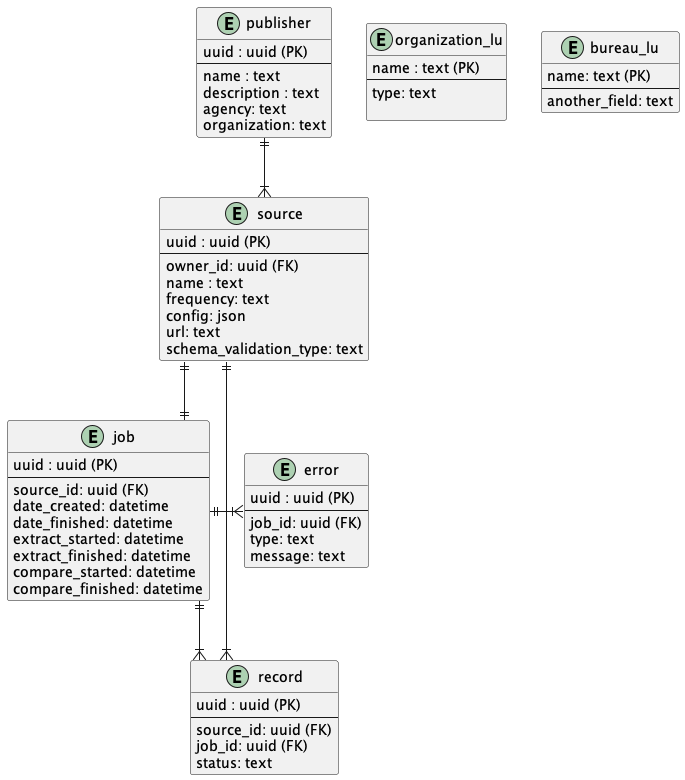
This is docs/diagrams/out/erd/harvester2.0 ERD.png from GSA/datagov-harvester, a PlantUML export, as it was before one commit.
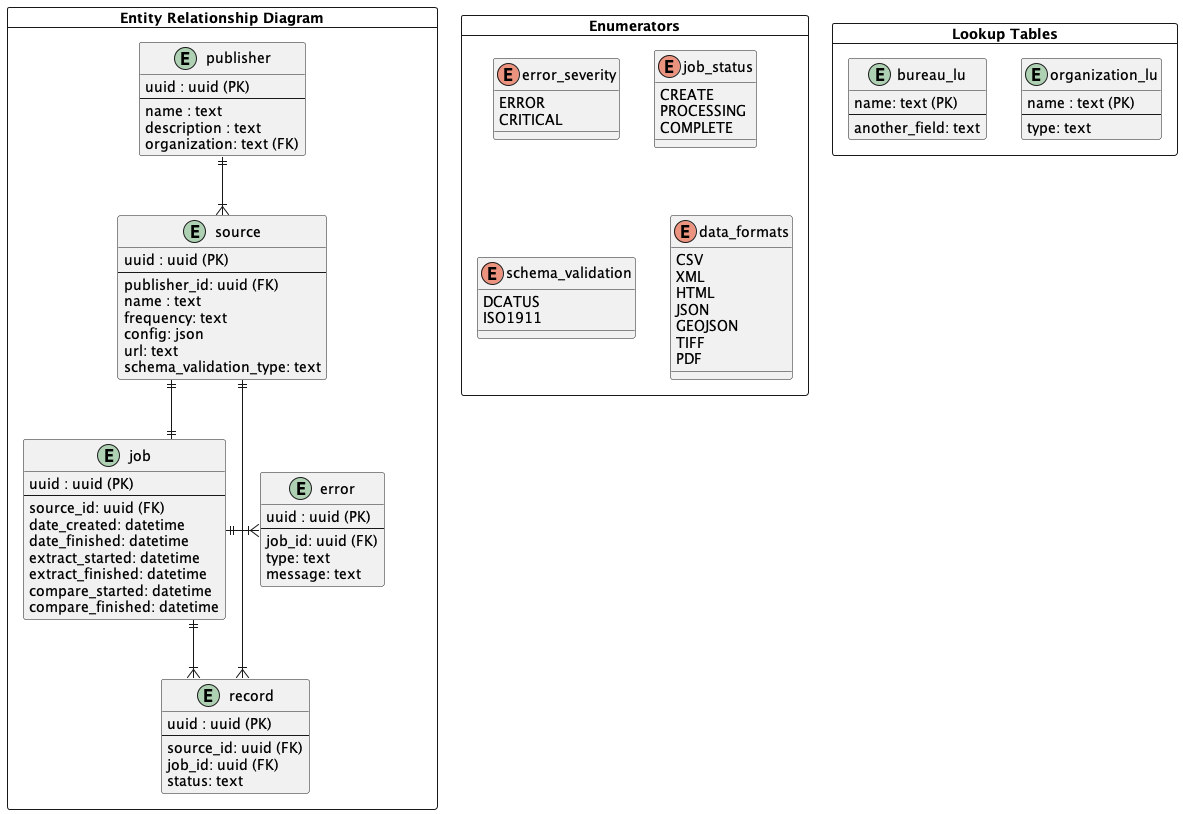
Above is the later version.

Diff of the diagram source:
```diff
@@ -2,68 +2,102 @@
 
 skinparam linetype ortho
 
-entity "publisher" as owner  {
-  uuid : uuid (PK)
-  --
-  name : text
-  description : text
-  agency: text
-  organization: text
+card "Entity Relationship Diagram" as entities {
+  entity "publisher" as publisher  {
+    uuid : uuid (PK)
+    --
+    name : text
+    description : text
+    organization: text (FK)
+  }
+
+  entity "source" as source {
+    uuid : uuid (PK)
+    --
+    publisher_id: uuid (FK)
+    name : text
+    frequency: text
+    config: json
+    url: text
+    schema_validation_type: text
+  }
+
+  entity "record" as record {
+    uuid : uuid (PK)
+    --
+    source_id: uuid (FK)
+    job_id: uuid (FK)
+    status: text
+  }
+
+  entity "job" as job {
+    uuid : uuid (PK)
+    --
+    source_id: uuid (FK)
+    date_created: datetime
+    date_finished: datetime
+    extract_started: datetime
+    extract_finished: datetime
+    compare_started: datetime
+    compare_finished: datetime
+  }
+
+  entity "error" as error {
+    uuid : uuid (PK)
+    --
+    job_id: uuid (FK)
+    type: text
+    message: text
+  }
 }
 
-entity "source" as source {
-  uuid : uuid (PK)
-  --
-  owner_id: uuid (FK)
-  name : text
-  frequency: text
-  config: json
-  url: text
-  schema_validation_type: text
-}
+card "Lookup Tables" as lookup {
 
-entity "record" as record {
-  uuid : uuid (PK)
-  --
-  source_id: uuid (FK)
-  job_id: uuid (FK)
-  status: text
-}
-
-entity "job" as job {
-  uuid : uuid (PK)
-  --
-  source_id: uuid (FK)
-  date_created: datetime
-  date_finished: datetime
-  extract_started: datetime
-  extract_finished: datetime
-  compare_started: datetime
-  compare_finished: datetime
-}
-
-entity "error" as error {
-  uuid : uuid (PK)
-  --
-  job_id: uuid (FK)
-  type: text
-  message: text
-}
-
-entity "organization_lu" as organization_lu {
+  entity "organization_lu" as organization_lu {
   name : text (PK)
   --
   type: text
-
-}
+  }
 
 entity "bureau_lu" as bureau_lu {
   name: text (PK)
   --
   another_field: text
+  }
+
 }
 
-owner  ||--|{ source
+card "Enumerators" as enumerators {
+
+  enum error_severity {
+  ERROR
+  CRITICAL
+  }
+
+  enum job_status {
+  CREATE
+  PROCESSING
+  COMPLETE
+  }
+
+  enum schema_validation {
+  DCATUS
+  ISO1911
+  }
+
+  enum data_formats {
+    CSV
+    XML
+    HTML
+    JSON
+    GEOJSON
+    TIFF
+    PDF
+  }
+
+}
+
+publisher  ||--|{ source
 source ||--|| job
 source ||--|{ record
 job ||--|{ record
```
